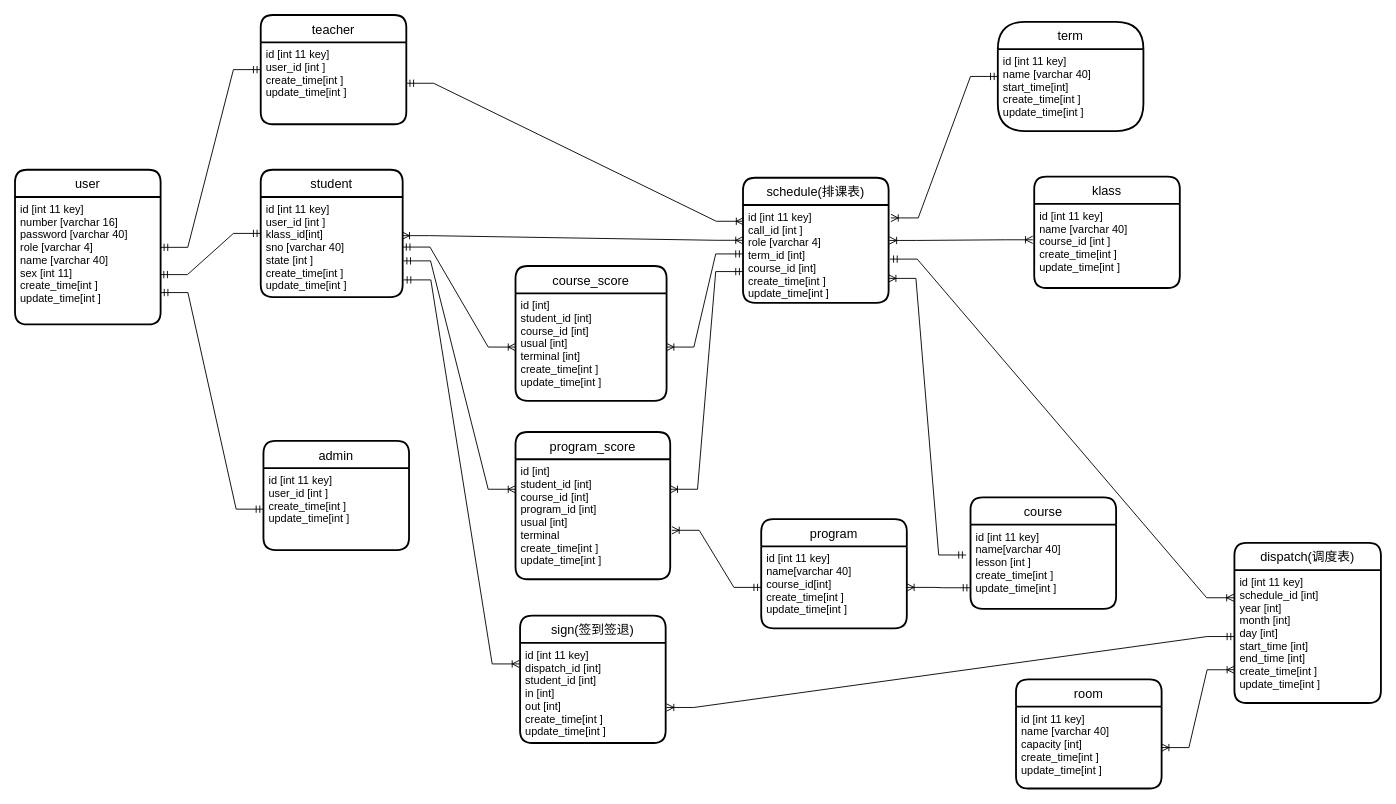
Earlier version of the draw.io diagram document/ER.drawio (mengyunzhi/sign-in-through-code-scanning). Source tidied: cells renumbered, new cells numbered last; positions are measured from the earlier drawing's top-left corner, leaving out a move shared by most shapes. Both pictures are drawn from the tidied source at 91%, with x=0, y=0 at pixel (15, 15).
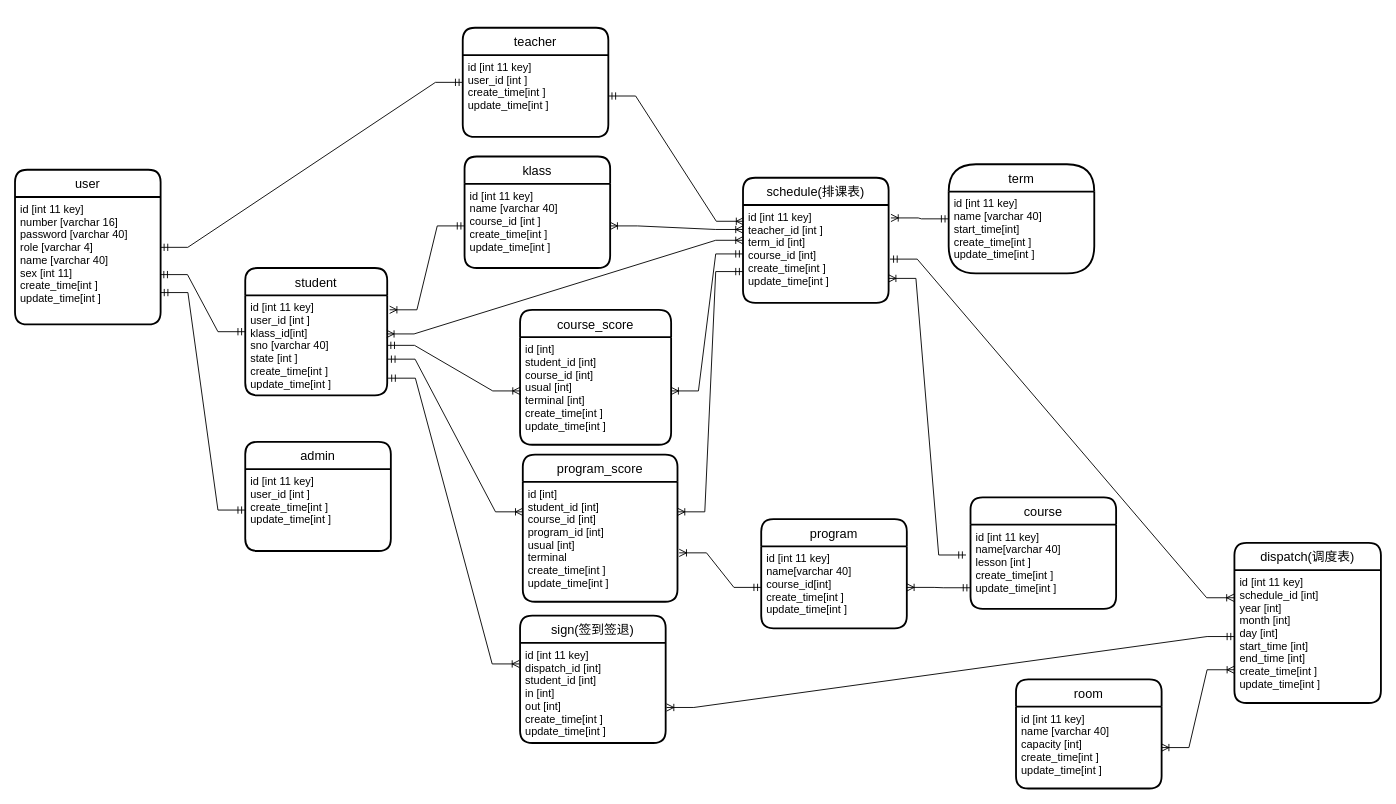
Above is the later version.

Commit message (it also covers changes not shown here):
数据表和er图

The change refers to these unchanged cells:
```xml
<mxCell id="5" value="id [int 11 key]&#10;name [varchar 40]&#10;course_id [int ]&#10;create_time[int ]&#10;update_time[int ]&#10;&#10;&#10;" style="align=left;strokeColor=none;fillColor=none;spacingLeft=4;fontSize=12;verticalAlign=top;" parent="4" vertex="1">
  <mxGeometry y="30" width="160" height="92.5" as="geometry" />
</mxCell>
<mxCell id="13" value="id [int 11 key]&#10;user_id [int ]&#10;klass_id[int]&#10;sno [varchar 40]&#10;state [int ]&#10;create_time[int ]&#10;update_time[int ]&#10;&#10;&#10;" style="align=left;strokeColor=none;fillColor=none;spacingLeft=4;fontSize=12;verticalAlign=top;" parent="12" vertex="1">
  <mxGeometry y="30" width="156" height="110" as="geometry" />
</mxCell>
<mxCell id="16" value="schedule(排课表)" style="swimlane;horizontal=1;startSize=30;rounded=1;fontSize=14;fontStyle=0;strokeWidth=2;shadow=0;dashed=0;align=center;" parent="1" vertex="1">
  <mxGeometry x="800" y="178.8" width="160" height="137.5" as="geometry" />
</mxCell>
```

What changed in the source:
```diff
@@
     <mxCell id="4" value="klass" style="swimlane;horizontal=1;startSize=30;rounded=1;fontSize=14;fontStyle=0;strokeWidth=2;shadow=0;dashed=0;align=center;" parent="1" vertex="1">
-      <mxGeometry x="1120" y="177.5" width="160" height="122.5" as="geometry" />
+      <mxGeometry x="494" y="155.5" width="160" height="122.5" as="geometry" />
     </mxCell>
@@
     <mxCell id="6" value="admin" style="swimlane;horizontal=1;startSize=30;rounded=1;fontSize=14;fontStyle=0;strokeWidth=2;shadow=0;dashed=0;align=center;" parent="1" vertex="1">
-      <mxGeometry x="273" y="468" width="160" height="120" as="geometry" />
+      <mxGeometry x="253" y="469" width="160" height="120" as="geometry" />
     </mxCell>
@@
     <mxCell id="8" value="teacher" style="swimlane;horizontal=1;startSize=30;rounded=1;fontSize=14;fontStyle=0;strokeWidth=2;shadow=0;dashed=0;align=center;" parent="1" vertex="1">
-      <mxGeometry x="270" width="160" height="120" as="geometry" />
+      <mxGeometry x="492" y="14" width="160" height="120" as="geometry" />
     </mxCell>
@@
     <mxCell id="12" value="student" style="swimlane;horizontal=1;startSize=30;rounded=1;fontSize=14;fontStyle=0;strokeWidth=2;shadow=0;dashed=0;align=center;" parent="1" vertex="1">
-      <mxGeometry x="270" y="170" width="156" height="140" as="geometry" />
+      <mxGeometry x="253" y="278" width="156" height="140" as="geometry" />
     </mxCell>
@@
     <mxCell id="14" value="term" style="swimlane;horizontal=1;startSize=30;rounded=1;fontSize=14;fontStyle=0;strokeWidth=2;shadow=0;dashed=0;align=center;arcSize=50;" parent="1" vertex="1">
-      <mxGeometry x="1080" y="7.5" width="160" height="120" as="geometry" />
+      <mxGeometry x="1026" y="164" width="160" height="120" as="geometry" />
     </mxCell>
@@
-    <mxCell id="17" value="id [int 11 key]&#10;call_id [int ]&#10;role [varchar 4]&#10;term_id [int]&#10;course_id [int]&#10;create_time[int ]&#10;update_time[int ]&#10;&#10;&#10;" style="align=left;strokeColor=none;fillColor=none;spacingLeft=4;fontSize=12;verticalAlign=top;" parent="16" vertex="1">
+    <mxCell id="17" value="id [int 11 key]&#10;teacher_id [int ]&#10;term_id [int]&#10;course_id [int]&#10;create_time[int ]&#10;update_time[int ]&#10;&#10;&#10;" style="align=left;strokeColor=none;fillColor=none;spacingLeft=4;fontSize=12;verticalAlign=top;" parent="16" vertex="1">
       <mxGeometry y="30" width="160" height="107.5" as="geometry" />
     </mxCell>
@@
     <mxCell id="27" value="course_score" style="swimlane;horizontal=1;startSize=30;rounded=1;fontSize=14;fontStyle=0;strokeWidth=2;shadow=0;dashed=0;align=center;" parent="1" vertex="1">
-      <mxGeometry x="550" y="275.8" width="166" height="148.2" as="geometry" />
+      <mxGeometry x="555" y="324" width="166" height="148.2" as="geometry" />
     </mxCell>
@@
-    <mxCell id="32" style="edgeStyle=entityRelationEdgeStyle;fontSize=12;html=1;endArrow=ERoneToMany;startArrow=ERoneToMany;rounded=0;entryX=-0.01;entryY=0.427;entryDx=0;entryDy=0;exitX=1.005;exitY=0.362;exitDx=0;exitDy=0;entryPerimeter=0;exitPerimeter=0;" parent="1" edge="1" source="17" target="5">
+    <mxCell id="32" style="edgeStyle=entityRelationEdgeStyle;fontSize=12;html=1;endArrow=ERoneToMany;startArrow=ERoneToMany;rounded=0;entryX=1;entryY=0.5;entryDx=0;entryDy=0;exitX=0;exitY=0.25;exitDx=0;exitDy=0;" parent="1" edge="1" source="17" target="5">
       <mxGeometry relative="1" as="geometry" />
     </mxCell>
@@
     <mxCell id="35" value="program_score" style="swimlane;horizontal=1;startSize=30;rounded=1;fontSize=14;fontStyle=0;strokeWidth=2;shadow=0;dashed=0;align=center;" parent="1" vertex="1">
-      <mxGeometry x="550" y="458.2" width="170" height="161.8" as="geometry" />
+      <mxGeometry x="558" y="483" width="170" height="161.8" as="geometry" />
     </mxCell>
@@
+    <mxCell id="48" style="edgeStyle=entityRelationEdgeStyle;fontSize=12;html=1;endArrow=ERoneToMany;startArrow=ERmandOne;rounded=0;exitX=0;exitY=0.5;exitDx=0;exitDy=0;entryX=1.017;entryY=0.145;entryDx=0;entryDy=0;entryPerimeter=0;" parent="1" edge="1" source="5" target="13">
+      <mxGeometry relative="1" as="geometry" />
+    </mxCell>
```
